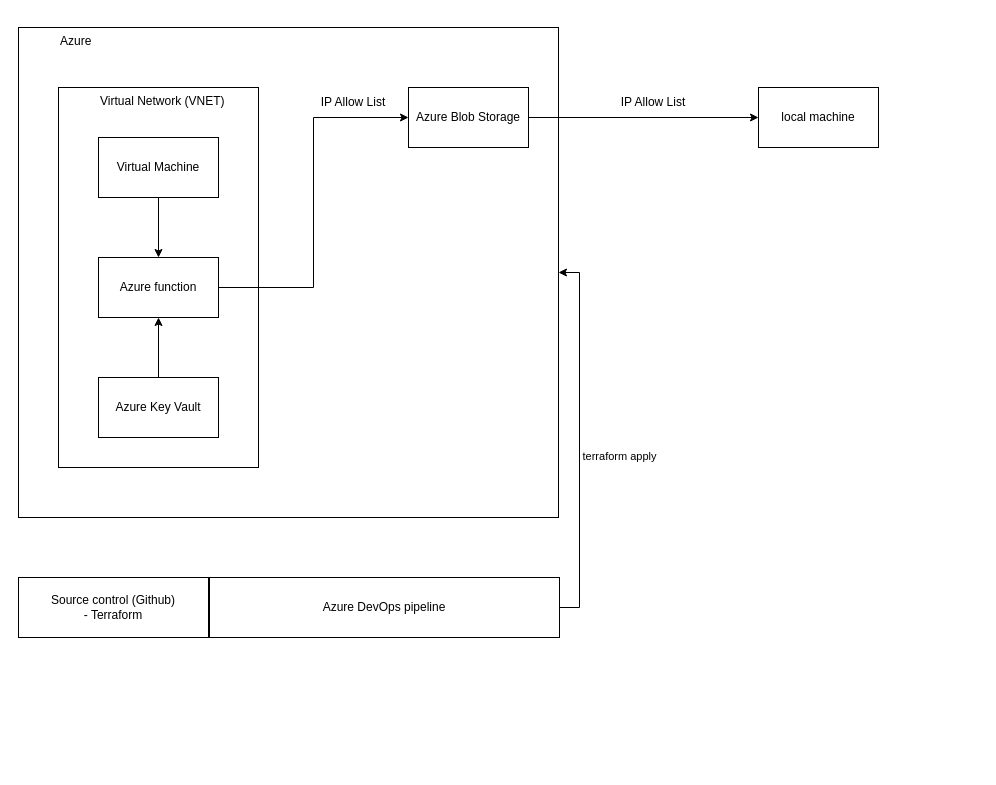
This is docs/assets/diagrams.drawio from agu3rra/devsecops-workshop, a draw.io file, before an edit. Source tidied: cells renumbered, new cells numbered last; positions are measured from the earlier drawing's top-left corner, leaving out a move shared by most shapes. Both pictures are drawn from the tidied source at 100%, with x=0, y=0 at pixel (18, 27).
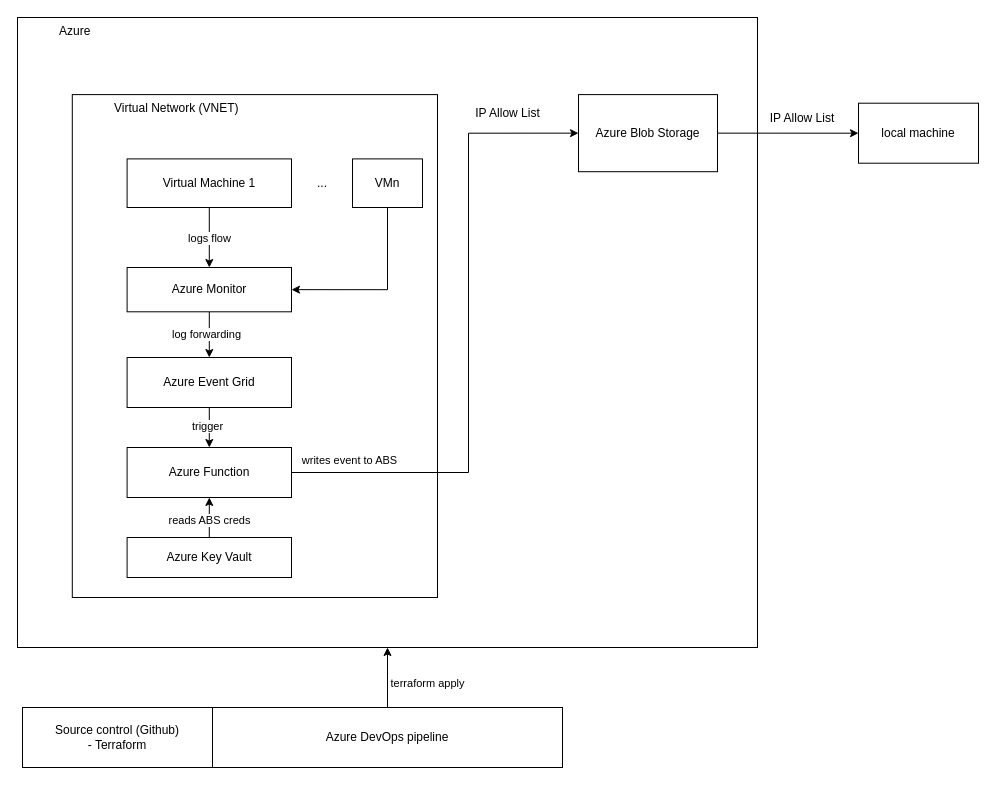
After the change.

Commit message (it also covers changes not shown here):
local setup completed; updated solution with Event Grid and Monitor for VM log output; Started execution log

Unchanged cells that the change refers to:
```xml
<mxCell id="5" style="edgeStyle=orthogonalEdgeStyle;rounded=0;jettySize=auto;html=1;exitX=0.5;exitY=1;exitDx=0;exitDy=0;entryX=0.5;entryY=0;entryDx=0;entryDy=0;" parent="2" edge="1" source="6" target="10">
  <mxGeometry relative="1" as="geometry" />
</mxCell>
```

What changed in the source:
```diff
@@
     <mxCell id="2" style="group;" parent="1" vertex="1">
-      <mxGeometry width="540" height="490" as="geometry" />
+      <mxGeometry x="-1" y="-10" width="740" height="630" as="geometry" />
     </mxCell>
     <mxCell id="3" value="&lt;blockquote style=&quot;margin: 0 0 0 40px; border: none; padding: 0px;&quot;&gt;Azure&lt;/blockquote&gt;" style="rounded=0;whiteSpace=wrap;html=1;verticalAlign=top;align=left;" parent="2" vertex="1">
-      <mxGeometry width="540" height="490" as="geometry" />
+      <mxGeometry width="740" height="630" as="geometry" />
     </mxCell>
     <mxCell id="4" value="&lt;blockquote style=&quot;margin: 0 0 0 40px; border: none; padding: 0px;&quot;&gt;Virtual Network (VNET)&lt;/blockquote&gt;" style="rounded=0;whiteSpace=wrap;html=1;align=left;horizontal=1;verticalAlign=top;" parent="2" vertex="1">
-      <mxGeometry x="40" y="60" width="200" height="380" as="geometry" />
+      <mxGeometry x="54.8" y="77.1" width="365.2" height="502.9" as="geometry" />
     </mxCell>
@@
+    <mxCell id="20" value="logs flow" style="edgeLabel;html=1;align=center;verticalAlign=middle;" parent="5" vertex="1">
+      <mxGeometry relative="1" as="geometry" />
+    </mxCell>
-    <mxCell id="6" value="Virtual Machine" style="rounded=0;whiteSpace=wrap;html=1;" parent="2" vertex="1">
-      <mxGeometry x="80" y="110" width="120" height="60" as="geometry" />
+    <mxCell id="6" value="Virtual Machine 1" style="rounded=0;whiteSpace=wrap;html=1;" parent="2" vertex="1">
+      <mxGeometry x="109.6" y="141.4" width="164.4" height="48.6" as="geometry" />
     </mxCell>
     <mxCell id="7" value="Azure Blob Storage" style="rounded=0;whiteSpace=wrap;html=1;" parent="2" vertex="1">
-      <mxGeometry x="390" y="60" width="120" height="60" as="geometry" />
+      <mxGeometry x="561" y="77.1" width="139" height="77.1" as="geometry" />
     </mxCell>
-    <mxCell id="8" style="edgeStyle=orthogonalEdgeStyle;rounded=0;jettySize=auto;html=1;exitX=1;exitY=0.5;exitDx=0;exitDy=0;entryX=0;entryY=0.5;entryDx=0;entryDy=0;" parent="2" edge="1" source="10" target="7">
-      <mxGeometry relative="1" as="geometry" />
+    <mxCell id="8" style="edgeStyle=orthogonalEdgeStyle;rounded=0;jettySize=auto;html=1;exitX=1;exitY=0.5;exitDx=0;exitDy=0;entryX=0;entryY=0.5;entryDx=0;entryDy=0;" parent="2" edge="1" source="12" target="7">
+      <mxGeometry relative="1" as="geometry">
+        <Array as="points">
+          <mxPoint x="451" y="455" />
+          <mxPoint x="451" y="116" />
+        </Array>
+      </mxGeometry>
     </mxCell>
+    <mxCell id="21" value="writes event to ABS" style="edgeLabel;html=1;align=center;verticalAlign=middle;" parent="8" vertex="1">
+      <mxGeometry x="-0.05" y="-3" relative="1" as="geometry">
+        <mxPoint x="-123" y="107" as="offset" />
+      </mxGeometry>
+    </mxCell>
     <mxCell id="9" value="IP Allow List" style="text;html=1;strokeColor=none;fillColor=none;align=center;verticalAlign=middle;whiteSpace=wrap;rounded=0;" parent="2" vertex="1">
-      <mxGeometry x="290" y="60" width="90" height="30" as="geometry" />
+      <mxGeometry x="429" y="77.1" width="123.3" height="38.6" as="geometry" />
     </mxCell>
+    <mxCell id="22" style="edgeStyle=orthogonalEdgeStyle;rounded=0;jettySize=auto;html=1;exitX=0.5;exitY=1;exitDx=0;exitDy=0;" parent="2" edge="1" source="10" target="26">
+      <mxGeometry relative="1" as="geometry" />
+    </mxCell>
+    <mxCell id="23" value="log forwarding" style="edgeLabel;html=1;align=center;verticalAlign=middle;" parent="22" vertex="1">
+      <mxGeometry x="-0.05" y="-3" relative="1" as="geometry" />
+    </mxCell>
-    <mxCell id="10" value="Azure function" style="rounded=0;whiteSpace=wrap;html=1;" parent="2" vertex="1">
-      <mxGeometry x="80" y="230" width="120" height="60" as="geometry" />
+    <mxCell id="10" value="Azure Monitor" style="rounded=0;whiteSpace=wrap;html=1;" parent="2" vertex="1">
+      <mxGeometry x="109.6" y="250" width="164.4" height="44.3" as="geometry" />
     </mxCell>
-    <mxCell id="11" style="edgeStyle=orthogonalEdgeStyle;rounded=0;jettySize=auto;html=1;exitX=0.5;exitY=0;exitDx=0;exitDy=0;" parent="2" edge="1" source="12" target="10">
-      <mxGeometry relative="1" as="geometry" />
-    </mxCell>
-    <mxCell id="12" value="Azure Key Vault" style="rounded=0;whiteSpace=wrap;html=1;" parent="2" vertex="1">
-      <mxGeometry x="80" y="350" width="120" height="60" as="geometry" />
+    <mxCell id="12" value="Azure Function" style="rounded=0;whiteSpace=wrap;html=1;" parent="2" vertex="1">
+      <mxGeometry x="109.6" y="430" width="164.4" height="50" as="geometry" />
     </mxCell>
+    <mxCell id="24" style="edgeStyle=orthogonalEdgeStyle;rounded=0;jettySize=auto;html=1;exitX=0.5;exitY=1;exitDx=0;exitDy=0;entryX=0.5;entryY=0;entryDx=0;entryDy=0;" parent="2" edge="1" source="26" target="12">
+      <mxGeometry relative="1" as="geometry" />
+    </mxCell>
+    <mxCell id="25" value="trigger" style="edgeLabel;html=1;align=center;verticalAlign=middle;" parent="24" vertex="1">
+      <mxGeometry x="-0.1" y="-2" relative="1" as="geometry" />
+    </mxCell>
+    <mxCell id="26" value="Azure Event Grid" style="rounded=0;whiteSpace=wrap;html=1;" parent="2" vertex="1">
+      <mxGeometry x="109.6" y="340" width="164.4" height="50" as="geometry" />
+    </mxCell>
+    <mxCell id="27" style="edgeStyle=orthogonalEdgeStyle;rounded=0;jettySize=auto;html=1;entryX=0.5;entryY=1;entryDx=0;entryDy=0;" parent="2" edge="1" source="29" target="12">
+      <mxGeometry relative="1" as="geometry" />
+    </mxCell>
+    <mxCell id="28" value="reads ABS creds" style="edgeLabel;html=1;align=center;verticalAlign=middle;" parent="27" vertex="1">
+      <mxGeometry x="-0.1" relative="1" as="geometry" />
+    </mxCell>
+    <mxCell id="29" value="Azure Key Vault" style="rounded=0;whiteSpace=wrap;html=1;" parent="2" vertex="1">
+      <mxGeometry x="109.6" y="520" width="164.4" height="40" as="geometry" />
+    </mxCell>
+    <mxCell id="30" style="edgeStyle=orthogonalEdgeStyle;rounded=0;jettySize=auto;html=1;entryX=1;entryY=0.5;entryDx=0;entryDy=0;exitX=0.5;exitY=1;exitDx=0;exitDy=0;" parent="2" edge="1" source="31" target="10">
+      <mxGeometry relative="1" as="geometry" />
+    </mxCell>
+    <mxCell id="31" value="VMn" style="rounded=0;whiteSpace=wrap;html=1;" parent="2" vertex="1">
+      <mxGeometry x="335" y="141.4" width="70" height="48.6" as="geometry" />
+    </mxCell>
+    <mxCell id="32" value="..." style="text;html=1;strokeColor=none;fillColor=none;align=center;verticalAlign=middle;whiteSpace=wrap;rounded=0;" parent="2" vertex="1">
+      <mxGeometry x="275" y="150.7" width="60" height="30" as="geometry" />
+    </mxCell>
     <mxCell id="13" value="Source control (Github)&lt;br&gt;- Terraform" style="rounded=0;whiteSpace=wrap;html=1;" parent="1" vertex="1">
-      <mxGeometry y="550" width="190" height="60" as="geometry" />
+      <mxGeometry x="4" y="680" width="190" height="60" as="geometry" />
     </mxCell>
     <mxCell id="14" value="Azure DevOps pipeline" style="rounded=0;whiteSpace=wrap;html=1;" parent="1" vertex="1">
-      <mxGeometry x="191" y="550" width="350" height="60" as="geometry" />
+      <mxGeometry x="194" y="680" width="350" height="60" as="geometry" />
     </mxCell>
-    <mxCell id="15" style="edgeStyle=orthogonalEdgeStyle;rounded=0;jettySize=auto;html=1;exitX=1;exitY=0.5;exitDx=0;exitDy=0;entryX=1;entryY=0.5;entryDx=0;entryDy=0;" parent="1" edge="1" source="14" target="3">
+    <mxCell id="15" style="edgeStyle=orthogonalEdgeStyle;rounded=0;jettySize=auto;html=1;exitX=0.5;exitY=0;exitDx=0;exitDy=0;" parent="1" edge="1" source="14" target="3">
       <mxGeometry relative="1" as="geometry" />
     </mxCell>
@@
     <mxCell id="17" value="local machine" style="rounded=0;whiteSpace=wrap;html=1;" parent="1" vertex="1">
-      <mxGeometry x="740" y="60" width="120" height="60" as="geometry" />
+      <mxGeometry x="840" y="75.7" width="120" height="60" as="geometry" />
     </mxCell>
     <mxCell id="18" value="IP Allow List" style="text;html=1;strokeColor=none;fillColor=none;align=center;verticalAlign=middle;whiteSpace=wrap;rounded=0;" parent="1" vertex="1">
-      <mxGeometry x="590" y="60" width="90" height="30" as="geometry" />
+      <mxGeometry x="739" y="75.7" width="90" height="30" as="geometry" />
     </mxCell>
```
